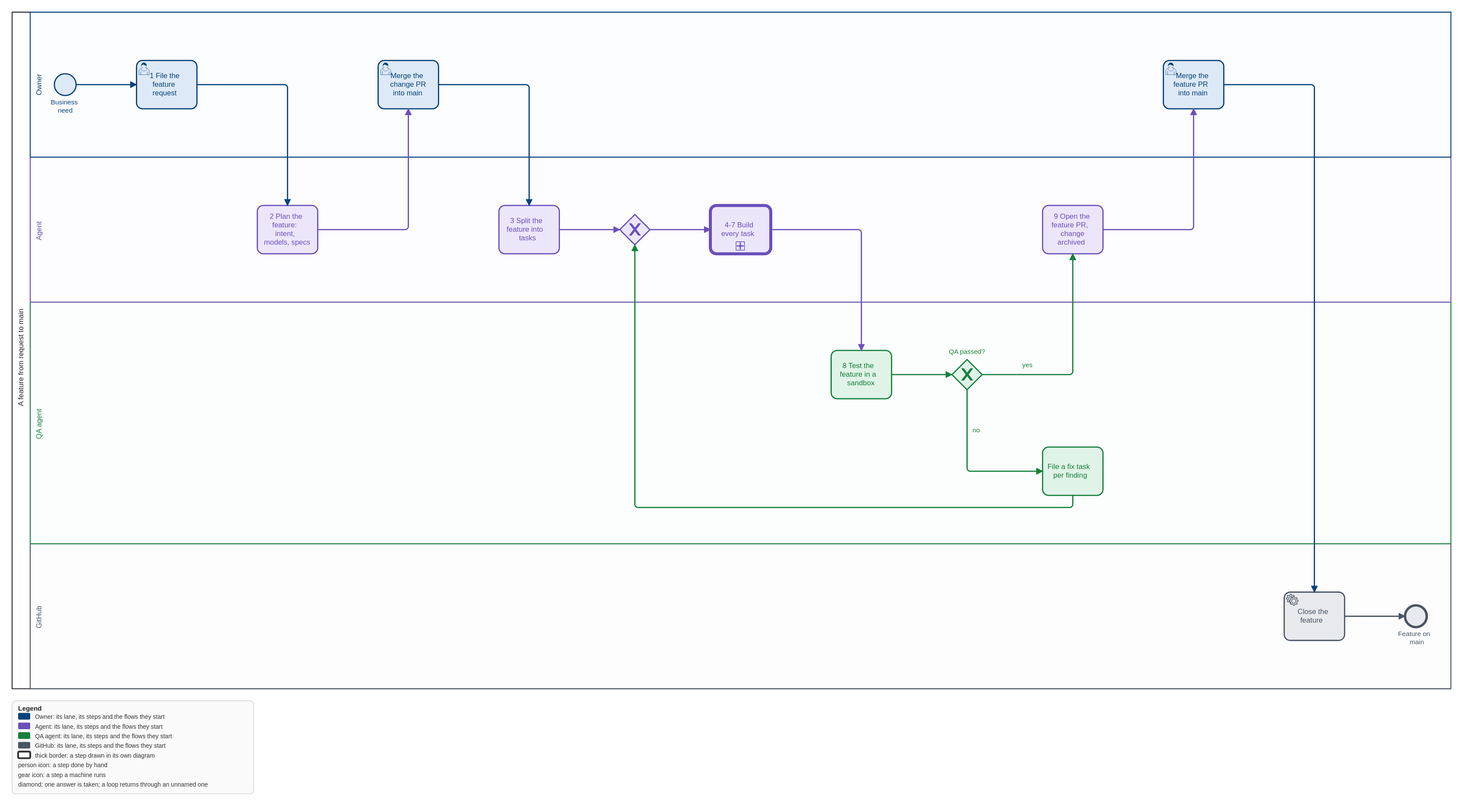
The BPMN diagram openspec/changes/feature-flow/models/flow.svg in qsmark-labs/qsm-marketplace, before a commit. Its source is kept beside it as openspec/changes/feature-flow/models/flow.bpmn. Ids are renumbered.
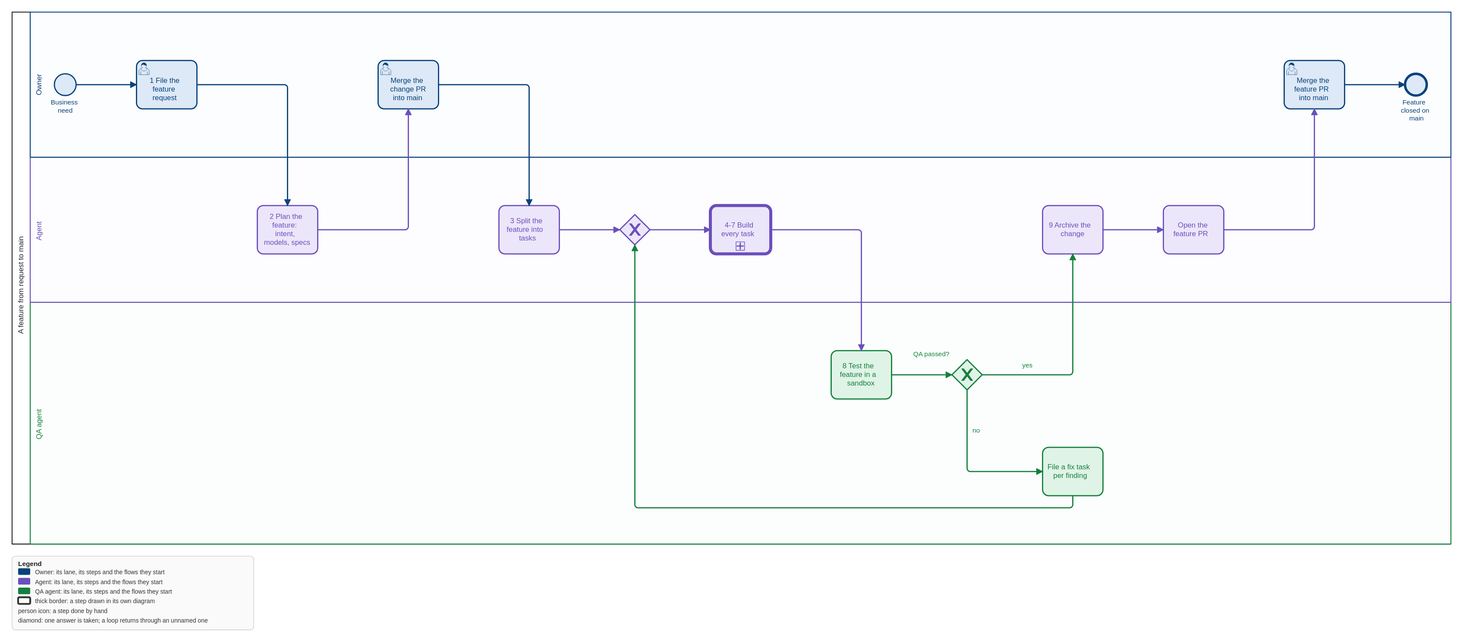
Above is the later version.

Diff of the diagram source:
```diff
@@ -9,22 +9,20 @@
         <bpmn:flowNodeRef>request</bpmn:flowNodeRef>
         <bpmn:flowNodeRef>planMerge</bpmn:flowNodeRef>
         <bpmn:flowNodeRef>accept</bpmn:flowNodeRef>
+        <bpmn:flowNodeRef>done</bpmn:flowNodeRef>
       </bpmn:lane>
       <bpmn:lane id="lane_1" name="Agent">
         <bpmn:flowNodeRef>plan</bpmn:flowNodeRef>
         <bpmn:flowNodeRef>split</bpmn:flowNodeRef>
         <bpmn:flowNodeRef>buildJoin</bpmn:flowNodeRef>
         <bpmn:flowNodeRef>build</bpmn:flowNodeRef>
+        <bpmn:flowNodeRef>archive</bpmn:flowNodeRef>
         <bpmn:flowNodeRef>featurePr</bpmn:flowNodeRef>
       </bpmn:lane>
       <bpmn:lane id="lane_2" name="QA agent">
         <bpmn:flowNodeRef>qa</bpmn:flowNodeRef>
         <bpmn:flowNodeRef>qaOk</bpmn:flowNodeRef>
         <bpmn:flowNodeRef>fileFix</bpmn:flowNodeRef>
-      </bpmn:lane>
-      <bpmn:lane id="lane_3" name="GitHub">
-        <bpmn:flowNodeRef>close</bpmn:flowNodeRef>
-        <bpmn:flowNodeRef>done</bpmn:flowNodeRef>
       </bpmn:lane>
     </bpmn:laneSet>
     <bpmn:startEvent id="need" name="Business need">
@@ -61,27 +59,27 @@
     </bpmn:task>
     <bpmn:exclusiveGateway id="qaOk" name="QA passed?">
       <bpmn:incoming>f_qa_qaOk</bpmn:incoming>
-      <bpmn:outgoing>f_qaOk_featurePr</bpmn:outgoing>
+      <bpmn:outgoing>f_qaOk_archive</bpmn:outgoing>
       <bpmn:outgoing>f_qaOk_fileFix</bpmn:outgoing>
     </bpmn:exclusiveGateway>
     <bpmn:task id="fileFix" name="File a fix task per finding">
       <bpmn:incoming>f_qaOk_fileFix</bpmn:incoming>
       <bpmn:outgoing>f_fileFix_buildJoin</bpmn:outgoing>
     </bpmn:task>
-    <bpmn:task id="featurePr" name="9 Open the feature PR, change archived">
-      <bpmn:incoming>f_qaOk_featurePr</bpmn:incoming>
+    <bpmn:task id="archive" name="9 Archive the change">
+      <bpmn:incoming>f_qaOk_archive</bpmn:incoming>
+      <bpmn:outgoing>f_archive_featurePr</bpmn:outgoing>
+    </bpmn:task>
+    <bpmn:task id="featurePr" name="Open the feature PR">
+      <bpmn:incoming>f_archive_featurePr</bpmn:incoming>
       <bpmn:outgoing>f_featurePr_accept</bpmn:outgoing>
     </bpmn:task>
     <bpmn:userTask id="accept" name="Merge the feature PR into main">
       <bpmn:incoming>f_featurePr_accept</bpmn:incoming>
-      <bpmn:outgoing>f_accept_close</bpmn:outgoing>
+      <bpmn:outgoing>f_accept_done</bpmn:outgoing>
     </bpmn:userTask>
-    <bpmn:serviceTask id="close" name="Close the feature">
-      <bpmn:incoming>f_accept_close</bpmn:incoming>
-      <bpmn:outgoing>f_close_done</bpmn:outgoing>
-    </bpmn:serviceTask>
-    <bpmn:endEvent id="done" name="Feature on main">
-      <bpmn:incoming>f_close_done</bpmn:incoming>
+    <bpmn:endEvent id="done" name="Feature closed on main">
+      <bpmn:incoming>f_accept_done</bpmn:incoming>
     </bpmn:endEvent>
     <bpmn:sequenceFlow id="f_need_request" sourceRef="need" targetRef="request" />
     <bpmn:sequenceFlow id="f_request_plan" sourceRef="request" targetRef="plan" />
@@ -91,17 +89,17 @@
     <bpmn:sequenceFlow id="f_buildJoin_build" sourceRef="buildJoin" targetRef="build" />
     <bpmn:sequenceFlow id="f_build_qa" sourceRef="build" targetRef="qa" />
     <bpmn:sequenceFlow id="f_qa_qaOk" sourceRef="qa" targetRef="qaOk" />
-    <bpmn:sequenceFlow id="f_qaOk_featurePr" name="yes" sourceRef="qaOk" targetRef="featurePr" />
+    <bpmn:sequenceFlow id="f_qaOk_archive" name="yes" sourceRef="qaOk" targetRef="archive" />
     <bpmn:sequenceFlow id="f_qaOk_fileFix" name="no" sourceRef="qaOk" targetRef="fileFix" />
     <bpmn:sequenceFlow id="f_fileFix_buildJoin" sourceRef="fileFix" targetRef="buildJoin" />
+    <bpmn:sequenceFlow id="f_archive_featurePr" sourceRef="archive" targetRef="featurePr" />
     <bpmn:sequenceFlow id="f_featurePr_accept" sourceRef="featurePr" targetRef="accept" />
-    <bpmn:sequenceFlow id="f_accept_close" sourceRef="accept" targetRef="close" />
-    <bpmn:sequenceFlow id="f_close_done" sourceRef="close" targetRef="done" />
+    <bpmn:sequenceFlow id="f_accept_done" sourceRef="accept" targetRef="done" />
   </bpmn:process>
   <bpmndi:BPMNDiagram id="BPMNDiagram_feature_flow_collab">
     <bpmndi:BPMNPlane id="BPMNPlane_feature_flow_collab" bpmnElement="feature_flow_collab">
       <bpmndi:BPMNShape id="BPMNShape_feature_flow_pool" bpmnElement="feature_flow_pool" isHorizontal="true">
-        <dc:Bounds x="80" y="80" width="2382" height="1120" />
+        <dc:Bounds x="80" y="80" width="2382" height="880" />
       </bpmndi:BPMNShape>
       <bpmndi:BPMNShape id="BPMNShape_lane_0" bpmnElement="lane_0" bioc:stroke="#08427b" bioc:fill="#f3f7fc" color:border-color="#08427b" color:background-color="#f3f7fc" isHorizontal="true">
         <dc:Bounds x="110" y="80" width="2352" height="240" />
@@ -111,9 +109,6 @@
       </bpmndi:BPMNShape>
       <bpmndi:BPMNShape id="BPMNShape_lane_2" bpmnElement="lane_2" bioc:stroke="#15803d" bioc:fill="#f4fbf6" color:border-color="#15803d" color:background-color="#f4fbf6" isHorizontal="true">
         <dc:Bounds x="110" y="560" width="2352" height="400" />
-      </bpmndi:BPMNShape>
-      <bpmndi:BPMNShape id="BPMNShape_lane_3" bpmnElement="lane_3" bioc:stroke="#4b5563" bioc:fill="#f7f8f9" color:border-color="#4b5563" color:background-color="#f7f8f9" isHorizontal="true">
-        <dc:Bounds x="110" y="960" width="2352" height="240" />
       </bpmndi:BPMNShape>
       <bpmndi:BPMNShape id="BPMNShape_need" bpmnElement="need" bioc:stroke="#08427b" bioc:fill="#dce8f6" color:border-color="#08427b" color:background-color="#dce8f6">
         <dc:Bounds x="150" y="182" width="36" height="36" />
@@ -145,25 +140,25 @@
       <bpmndi:BPMNShape id="BPMNShape_qaOk" bpmnElement="qaOk" bioc:stroke="#15803d" bioc:fill="#dff3e6" color:border-color="#15803d" color:background-color="#dff3e6" isMarkerVisible="true">
         <dc:Bounds x="1636" y="655" width="50" height="50" />
         <bpmndi:BPMNLabel>
-          <dc:Bounds x="1624" y="636" width="75" height="14" />
+          <dc:Bounds x="1565" y="639" width="75" height="14" />
         </bpmndi:BPMNLabel>
       </bpmndi:BPMNShape>
       <bpmndi:BPMNShape id="BPMNShape_fileFix" bpmnElement="fileFix" bioc:stroke="#15803d" bioc:fill="#dff3e6" color:border-color="#15803d" color:background-color="#dff3e6">
         <dc:Bounds x="1786" y="800" width="100" height="80" />
       </bpmndi:BPMNShape>
-      <bpmndi:BPMNShape id="BPMNShape_featurePr" bpmnElement="featurePr" bioc:stroke="#6b4fbb" bioc:fill="#ebe5fa" color:border-color="#6b4fbb" color:background-color="#ebe5fa">
+      <bpmndi:BPMNShape id="BPMNShape_archive" bpmnElement="archive" bioc:stroke="#6b4fbb" bioc:fill="#ebe5fa" color:border-color="#6b4fbb" color:background-color="#ebe5fa">
         <dc:Bounds x="1786" y="400" width="100" height="80" />
       </bpmndi:BPMNShape>
+      <bpmndi:BPMNShape id="BPMNShape_featurePr" bpmnElement="featurePr" bioc:stroke="#6b4fbb" bioc:fill="#ebe5fa" color:border-color="#6b4fbb" color:background-color="#ebe5fa">
+        <dc:Bounds x="1986" y="400" width="100" height="80" />
+      </bpmndi:BPMNShape>
       <bpmndi:BPMNShape id="BPMNShape_accept" bpmnElement="accept" bioc:stroke="#08427b" bioc:fill="#dce8f6" color:border-color="#08427b" color:background-color="#dce8f6">
-        <dc:Bounds x="1986" y="160" width="100" height="80" />
+        <dc:Bounds x="2186" y="160" width="100" height="80" />
       </bpmndi:BPMNShape>
-      <bpmndi:BPMNShape id="BPMNShape_close" bpmnElement="close" bioc:stroke="#4b5563" bioc:fill="#e7e9ec" color:border-color="#4b5563" color:background-color="#e7e9ec">
-        <dc:Bounds x="2186" y="1040" width="100" height="80" />
-      </bpmndi:BPMNShape>
-      <bpmndi:BPMNShape id="BPMNShape_done" bpmnElement="done" bioc:stroke="#4b5563" bioc:fill="#e7e9ec" color:border-color="#4b5563" color:background-color="#e7e9ec">
-        <dc:Bounds x="2386" y="1062" width="36" height="36" />
+      <bpmndi:BPMNShape id="BPMNShape_done" bpmnElement="done" bioc:stroke="#08427b" bioc:fill="#dce8f6" color:border-color="#08427b" color:background-color="#dce8f6">
+        <dc:Bounds x="2386" y="182" width="36" height="36" />
         <bpmndi:BPMNLabel>
-          <dc:Bounds x="2368" y="1103" width="73" height="28" />
+          <dc:Bounds x="2372" y="223" width="64" height="42" />
         </bpmndi:BPMNLabel>
       </bpmndi:BPMNShape>
       <bpmndi:BPMNEdge id="BPMNEdge_f_need_request" bpmnElement="f_need_request" bioc:stroke="#08427b" color:border-color="#08427b">
@@ -202,7 +197,7 @@
         <di:waypoint x="1536" y="680" />
         <di:waypoint x="1636" y="680" />
       </bpmndi:BPMNEdge>
-      <bpmndi:BPMNEdge id="BPMNEdge_f_qaOk_featurePr" bpmnElement="f_qaOk_featurePr" bioc:stroke="#15803d" color:border-color="#15803d">
+      <bpmndi:BPMNEdge id="BPMNEdge_f_qaOk_archive" bpmnElement="f_qaOk_archive" bioc:stroke="#15803d" color:border-color="#15803d">
         <di:waypoint x="1686" y="680" />
         <di:waypoint x="1836" y="680" />
         <di:waypoint x="1836" y="480" />
@@ -210,19 +205,18 @@
           <dc:Bounds x="1749" y="658" width="25" height="14" />
         </bpmndi:BPMNLabel>
       </bpmndi:BPMNEdge>
+      <bpmndi:BPMNEdge id="BPMNEdge_f_archive_featurePr" bpmnElement="f_archive_featurePr" bioc:stroke="#6b4fbb" color:border-color="#6b4fbb">
+        <di:waypoint x="1886" y="440" />
+        <di:waypoint x="1986" y="440" />
+      </bpmndi:BPMNEdge>
       <bpmndi:BPMNEdge id="BPMNEdge_f_featurePr_accept" bpmnElement="f_featurePr_accept" bioc:stroke="#6b4fbb" color:border-color="#6b4fbb">
-        <di:waypoint x="1886" y="440" />
-        <di:waypoint x="2036" y="440" />
-        <di:waypoint x="2036" y="240" />
+        <di:waypoint x="2086" y="440" />
+        <di:waypoint x="2236" y="440" />
+        <di:waypoint x="2236" y="240" />
       </bpmndi:BPMNEdge>
-      <bpmndi:BPMNEdge id="BPMNEdge_f_accept_close" bpmnElement="f_accept_close" bioc:stroke="#08427b" color:border-color="#08427b">
-        <di:waypoint x="2086" y="200" />
-        <di:waypoint x="2236" y="200" />
-        <di:waypoint x="2236" y="1040" />
-      </bpmndi:BPMNEdge>
-      <bpmndi:BPMNEdge id="BPMNEdge_f_close_done" bpmnElement="f_close_done" bioc:stroke="#4b5563" color:border-color="#4b5563">
-        <di:waypoint x="2286" y="1080" />
-        <di:waypoint x="2386" y="1080" />
+      <bpmndi:BPMNEdge id="BPMNEdge_f_accept_done" bpmnElement="f_accept_done" bioc:stroke="#08427b" color:border-color="#08427b">
+        <di:waypoint x="2286" y="200" />
+        <di:waypoint x="2386" y="200" />
       </bpmndi:BPMNEdge>
       <bpmndi:BPMNEdge id="BPMNEdge_f_qaOk_fileFix" bpmnElement="f_qaOk_fileFix" bioc:stroke="#15803d" color:border-color="#15803d">
         <di:waypoint x="1661" y="705" />
```
